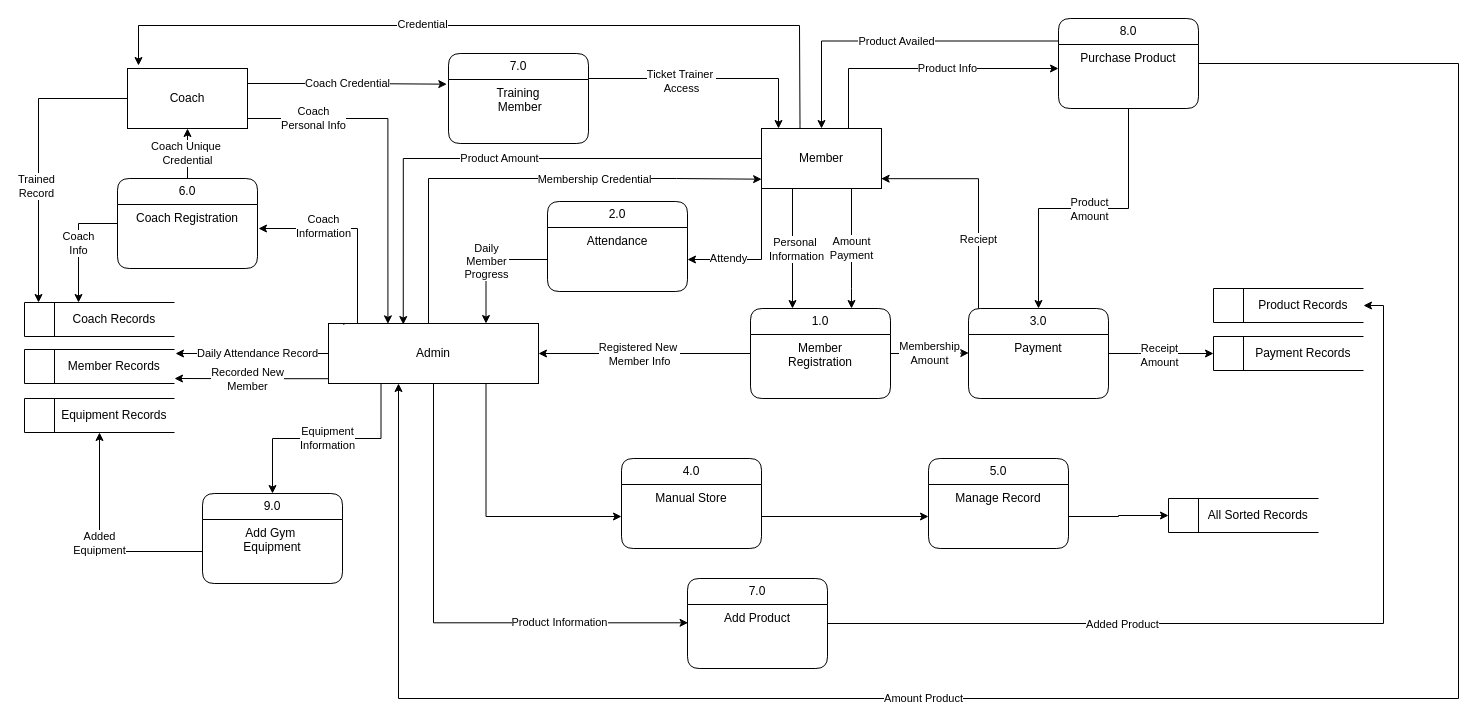
Above: page "Main Existing Process" (1 of 11) of Untitled Diagram.drawio in FacundoBnts/app-dev (draw.io), before the change. Source tidied: cells renumbered, new cells numbered last; positions are measured from the earlier drawing's top-left corner, leaving out a move shared by most shapes. Both pictures are drawn from the tidied source at 100%, with x=0, y=0 at pixel (24, 18).
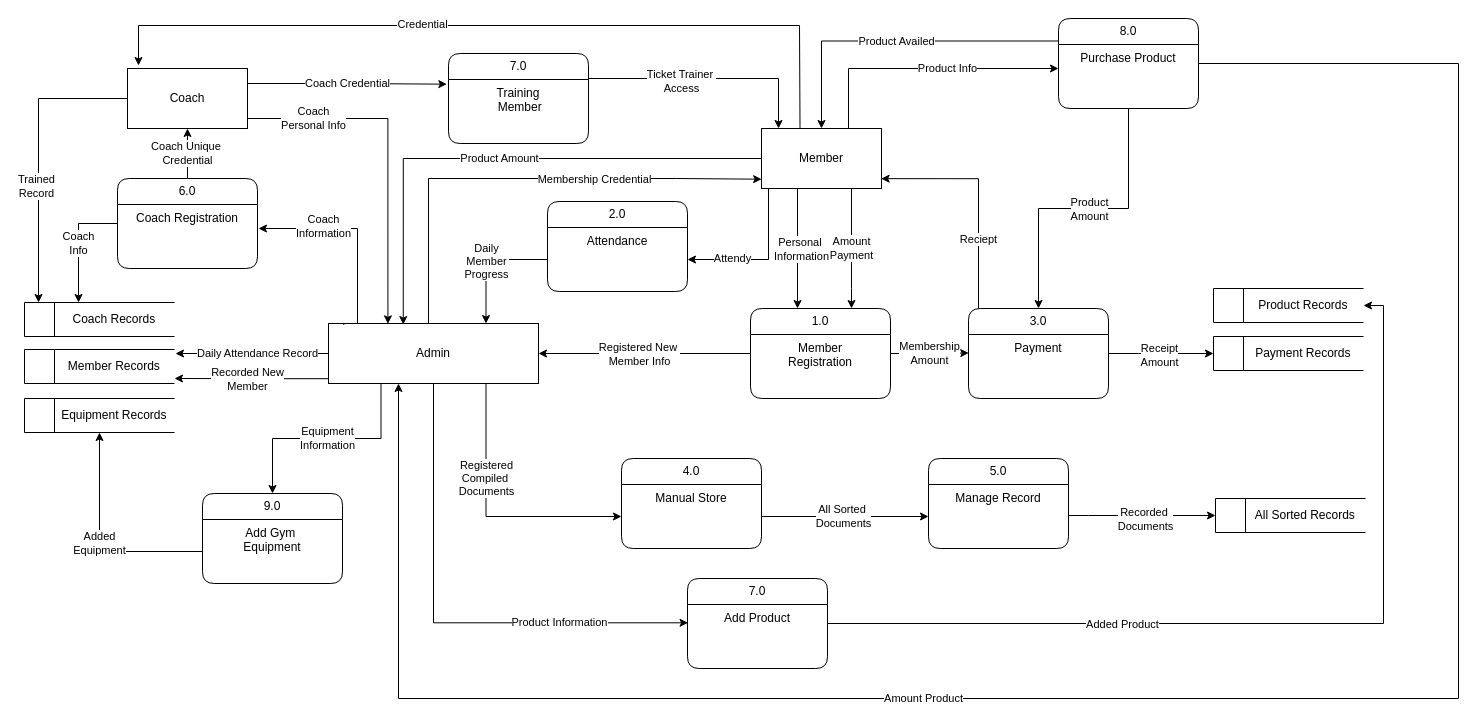
The same page after the edit.

The change refers to these unchanged cells:
```xml
<mxCell id="12" value="Admin" style="rounded=0;whiteSpace=wrap;html=1;" parent="1" vertex="1">
  <mxGeometry x="304" y="305" width="210" height="60" as="geometry" />
</mxCell>
<mxCell id="17" value="Manual Store" style="text;strokeColor=none;fillColor=none;align=center;verticalAlign=top;spacingLeft=4;spacingRight=4;overflow=hidden;points=[[0,0.5],[1,0.5]];portConstraint=eastwest;whiteSpace=wrap;html=1;" parent="16" vertex="1">
  <mxGeometry y="26" width="140" height="64" as="geometry" />
</mxCell>
<mxCell id="19" value="Manage Record" style="text;strokeColor=none;fillColor=none;align=center;verticalAlign=top;spacingLeft=4;spacingRight=4;overflow=hidden;points=[[0,0.5],[1,0.5]];portConstraint=eastwest;whiteSpace=wrap;html=1;" parent="18" vertex="1">
  <mxGeometry y="26" width="140" height="64" as="geometry" />
</mxCell>
<mxCell id="52" value="Member" style="rounded=0;whiteSpace=wrap;html=1;" parent="1" vertex="1">
  <mxGeometry x="737" y="110" width="120" height="60" as="geometry" />
</mxCell>
<mxCell id="62" value="Attendance" style="text;strokeColor=none;fillColor=none;align=center;verticalAlign=top;spacingLeft=4;spacingRight=4;overflow=hidden;points=[[0,0.5],[1,0.5]];portConstraint=eastwest;whiteSpace=wrap;html=1;" parent="61" vertex="1">
  <mxGeometry y="26" width="140" height="64" as="geometry" />
</mxCell>
<mxCell id="65" style="edgeStyle=orthogonalEdgeStyle;rounded=0;jettySize=auto;html=1;entryX=0;entryY=0.5;entryDx=0;entryDy=0;" parent="1" edge="1" source="17" target="19">
  <mxGeometry relative="1" as="geometry" />
</mxCell>
```

The edit, as a diff of the source:
```diff
@@
-    <mxCell id="10" style="edgeStyle=orthogonalEdgeStyle;rounded=0;jettySize=auto;html=1;exitX=0.75;exitY=1;exitDx=0;exitDy=0;" parent="1" edge="1" source="12" target="17">
-      <mxGeometry relative="1" as="geometry" />
+    <mxCell id="10" value="&lt;div&gt;Registered&lt;/div&gt;&lt;div&gt;Compiled&amp;nbsp;&lt;/div&gt;&lt;div&gt;Documents&lt;/div&gt;" style="edgeStyle=orthogonalEdgeStyle;rounded=0;jettySize=auto;html=1;exitX=0.75;exitY=1;exitDx=0;exitDy=0;" parent="1" edge="1" source="12" target="17">
+      <mxGeometry x="-0.29" relative="1" as="geometry" />
     </mxCell>
@@
     <mxCell id="45" style="edgeStyle=orthogonalEdgeStyle;rounded=0;orthogonalLoop=1;jettySize=auto;html=1;entryX=0.5;entryY=0;entryDx=0;entryDy=0;" parent="1" edge="1">
       <mxGeometry relative="1" as="geometry">
-        <mxPoint x="768" y="170" as="sourcePoint" />
-        <mxPoint x="768" y="290" as="targetPoint" />
+        <mxPoint x="773" y="170" as="sourcePoint" />
+        <mxPoint x="773" y="290" as="targetPoint" />
       </mxGeometry>
     </mxCell>
@@
     <mxCell id="50" value="Attendy" style="edgeStyle=orthogonalEdgeStyle;rounded=0;jettySize=auto;html=1;exitX=0;exitY=1;exitDx=0;exitDy=0;" parent="1" edge="1" source="52" target="62">
-      <mxGeometry x="0.43" y="-1" relative="1" as="geometry" />
+      <mxGeometry x="0.43" y="-1" relative="1" as="geometry">
+        <Array as="points">
+          <mxPoint x="744" y="170" />
+          <mxPoint x="744" y="241" />
+        </Array>
+      </mxGeometry>
     </mxCell>
@@
+    <mxCell id="72" value="&lt;div&gt;All Sorted&amp;nbsp;&lt;/div&gt;&lt;div&gt;Documents&lt;/div&gt;" style="edgeLabel;html=1;align=center;verticalAlign=middle;" parent="65" vertex="1">
+      <mxGeometry x="-0.31" y="1" relative="1" as="geometry">
+        <mxPoint x="23" as="offset" />
+      </mxGeometry>
+    </mxCell>
     <mxCell id="66" value="&lt;span style=&quot;white-space: pre;&quot;&gt;&#9;&lt;/span&gt;All Sorted Records" style="html=1;dashed=0;whiteSpace=wrap;shape=mxgraph.dfd.dataStoreID;align=center;spacingLeft=3;points=[[0,0],[0.5,0],[1,0],[0,0.5],[1,0.5],[0,1],[0.5,1],[1,1]];" parent="1" vertex="1">
-      <mxGeometry x="1144" y="480" width="150" height="34" as="geometry" />
+      <mxGeometry x="1191" y="480" width="150" height="34" as="geometry" />
     </mxCell>
     <mxCell id="67" style="edgeStyle=orthogonalEdgeStyle;rounded=0;jettySize=auto;html=1;entryX=0;entryY=0.5;entryDx=0;entryDy=0;" parent="1" edge="1" source="19" target="66">
-      <mxGeometry relative="1" as="geometry" />
+      <mxGeometry relative="1" as="geometry">
+        <Array as="points">
+          <mxPoint x="1064" y="497" />
+          <mxPoint x="1064" y="497" />
+        </Array>
+      </mxGeometry>
     </mxCell>
+    <mxCell id="73" value="&lt;div&gt;Recorded&amp;nbsp;&lt;/div&gt;&lt;div&gt;Documents&lt;/div&gt;" style="edgeLabel;html=1;align=center;verticalAlign=middle;" parent="67" vertex="1">
+      <mxGeometry x="0.04" y="-3" relative="1" as="geometry" />
+    </mxCell>
```
